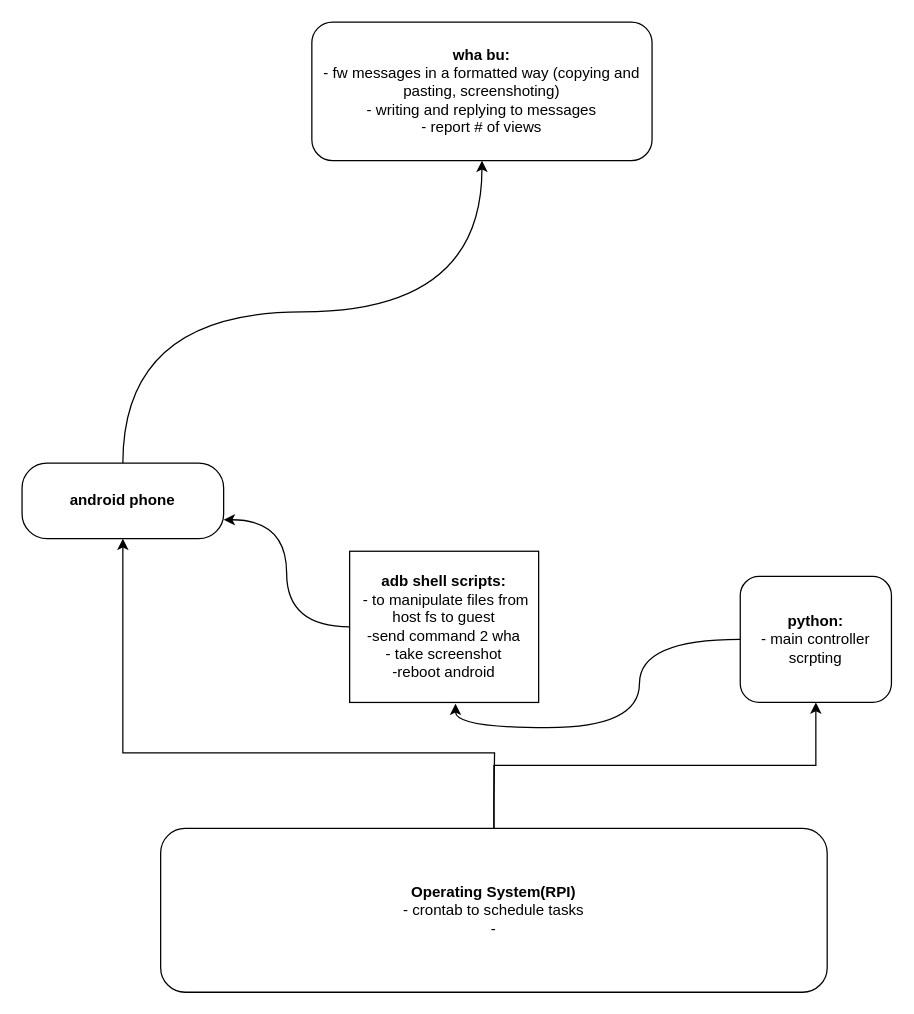
This is page "lvl 0" (1 of 2) of diagrams.drawio from skillz4real/laughing-guide, a draw.io file, before an edit. Source tidied: cells renumbered, new cells numbered last; positions are measured from the earlier drawing's top-left corner, leaving out a move shared by most shapes. Both pictures are drawn from the tidied source at 126%, with x=0, y=0 at pixel (21, 21).
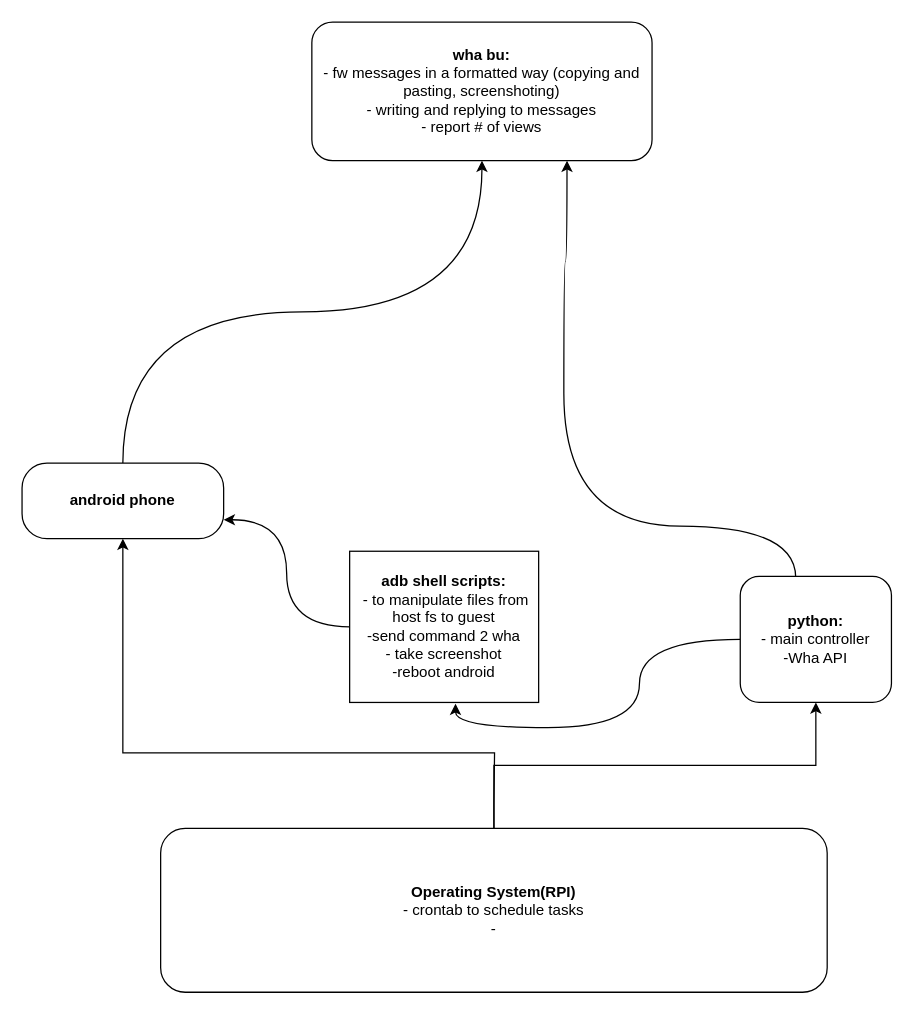
Above is the later version.

The edit, as a diff of the source:
```diff
@@
 <mxGraphModel>
   <root>
     <mxCell id="0" />
     <mxCell id="1" parent="0" />
     <mxCell id="2" style="edgeStyle=orthogonalEdgeStyle;rounded=0;jettySize=auto;html=1;exitX=0.5;exitY=0;exitDx=0;exitDy=0;" parent="1" edge="1" source="4" target="5">
       <mxGeometry relative="1" as="geometry">
         <Array as="points">
           <mxPoint x="375" y="620" />
           <mxPoint x="375" y="580" />
           <mxPoint x="120" y="580" />
         </Array>
       </mxGeometry>
     </mxCell>
     <mxCell id="3" style="edgeStyle=orthogonalEdgeStyle;rounded=0;jettySize=auto;html=1;" parent="1" edge="1" source="4" target="8">
       <mxGeometry relative="1" as="geometry" />
     </mxCell>
     <mxCell id="4" value="&lt;b&gt;Operating System(RPI)&lt;br&gt;&lt;/b&gt;- crontab to schedule tasks&lt;br&gt;-" style="rounded=1;whiteSpace=wrap;html=1;" parent="1" vertex="1">
       <mxGeometry x="110" y="640" width="529" height="130" as="geometry" />
     </mxCell>
     <mxCell id="5" value="&lt;div&gt;&lt;b&gt;android phone&lt;/b&gt;&lt;/div&gt;" style="rounded=1;whiteSpace=wrap;html=1;arcSize=33;" parent="1" vertex="1">
       <mxGeometry y="350" width="160" height="60" as="geometry" />
     </mxCell>
     <mxCell id="6" value="&lt;b&gt;wha bu: &lt;/b&gt;&lt;br&gt;- fw messages in a formatted way (copying and pasting, screenshoting)&lt;br&gt;- writing and replying to messages&lt;br&gt;- report # of views" style="rounded=1;whiteSpace=wrap;html=1;" parent="1" vertex="1">
       <mxGeometry x="230" width="270" height="110" as="geometry" />
     </mxCell>
     <mxCell id="7" style="edgeStyle=orthogonalEdgeStyle;curved=1;jettySize=auto;html=1;entryX=0.56;entryY=1.008;entryDx=0;entryDy=0;entryPerimeter=0;" parent="1" edge="1" source="8" target="11">
       <mxGeometry relative="1" as="geometry" />
     </mxCell>
+    <mxCell id="12" style="edgeStyle=orthogonalEdgeStyle;rounded=0;jettySize=auto;html=1;entryX=0.75;entryY=1;entryDx=0;entryDy=0;curved=1;exitX=0.367;exitY=0.01;exitDx=0;exitDy=0;exitPerimeter=0;" parent="1" edge="1" source="8" target="6">
+      <mxGeometry relative="1" as="geometry">
+        <Array as="points">
+          <mxPoint x="614" y="400" />
+          <mxPoint x="430" y="400" />
+          <mxPoint x="430" y="190" />
+          <mxPoint x="433" y="190" />
+        </Array>
+      </mxGeometry>
+    </mxCell>
-    <mxCell id="8" value="&lt;b&gt;python:&lt;/b&gt;&lt;br&gt;- main controller scrpting" style="rounded=1;whiteSpace=wrap;html=1;" parent="1" vertex="1">
+    <mxCell id="8" value="&lt;b&gt;python:&lt;/b&gt;&lt;br&gt;- main controller&lt;br&gt;-Wha API" style="rounded=1;whiteSpace=wrap;html=1;" parent="1" vertex="1">
       <mxGeometry x="570" y="440" width="120" height="100" as="geometry" />
     </mxCell>
     <mxCell id="9" style="edgeStyle=orthogonalEdgeStyle;curved=1;jettySize=auto;html=1;entryX=0.5;entryY=1;entryDx=0;entryDy=0;exitX=0.5;exitY=0;exitDx=0;exitDy=0;" parent="1" edge="1" source="5" target="6">
       <mxGeometry relative="1" as="geometry" />
     </mxCell>
     <mxCell id="10" style="edgeStyle=orthogonalEdgeStyle;curved=1;jettySize=auto;html=1;entryX=1;entryY=0.75;entryDx=0;entryDy=0;" parent="1" edge="1" source="11" target="5">
       <mxGeometry relative="1" as="geometry" />
     </mxCell>
     <mxCell id="11" value="&lt;b&gt;adb shell scripts:&lt;/b&gt;&lt;br&gt;&amp;nbsp;- to manipulate files from host fs to guest&lt;br&gt;-send command 2 wha&lt;br&gt;- take screenshot&lt;br&gt;-reboot android" style="rounded=1;whiteSpace=wrap;html=1;arcSize=0;" parent="1" vertex="1">
       <mxGeometry x="260" y="420" width="150" height="120" as="geometry" />
     </mxCell>
   </root>
 </mxGraphModel>
```
